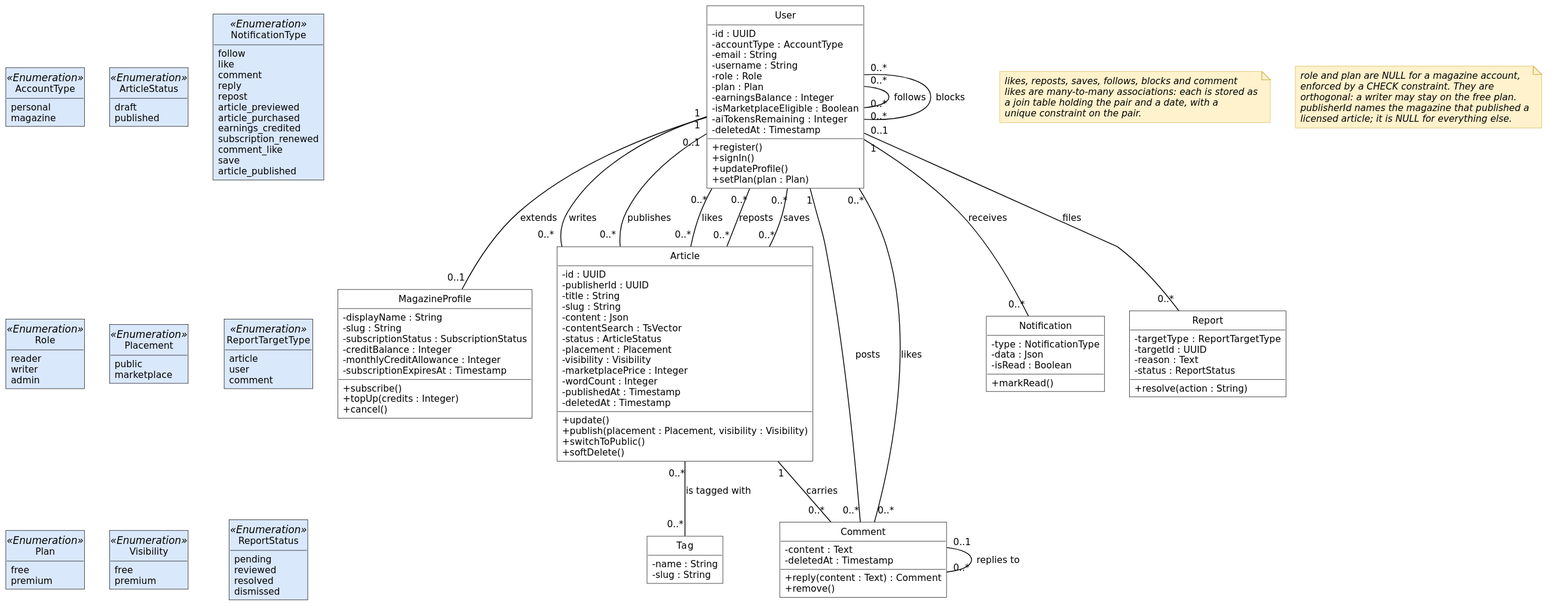
Above: diagrams/fig-2-2-classes-core-domain/fig-2-2-classes-core-domain.svg in inkwell-dev/spec.inkwell.ai (PlantUML), before the change.
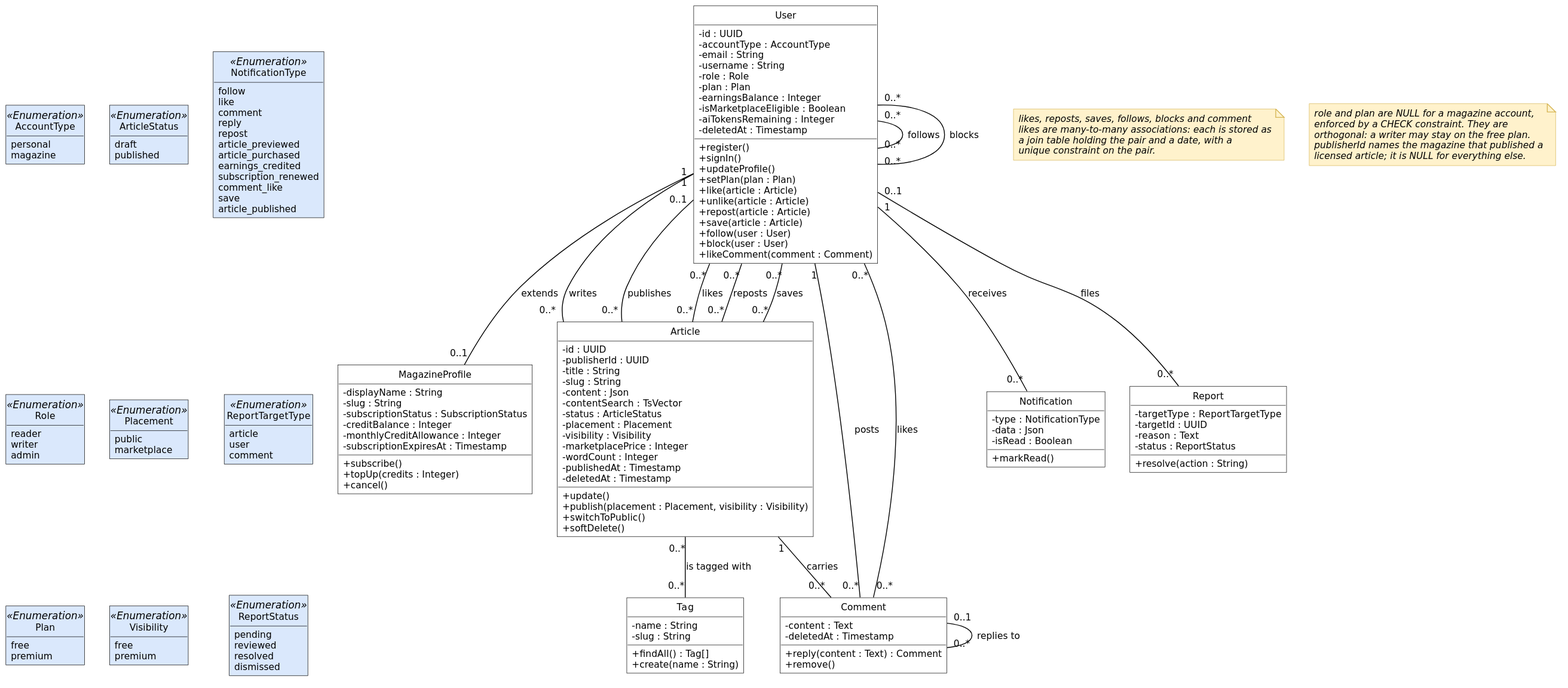
Later version of the same file.

What changed in the source:
```diff
@@ -20,6 +20,13 @@
   + signIn()
   + updateProfile()
   + setPlan(plan : Plan)
+  + like(article : Article)
+  + unlike(article : Article)
+  + repost(article : Article)
+  + save(article : Article)
+  + follow(user : User)
+  + block(user : User)
+  + likeComment(comment : Comment)
 }
 class MagazineProfile {
   - displayName : String
@@ -54,6 +61,8 @@
 class Tag {
   - name : String
   - slug : String
+  + findAll() : Tag[]
+  + create(name : String)
 }
 class Comment {
   - content : Text
```
